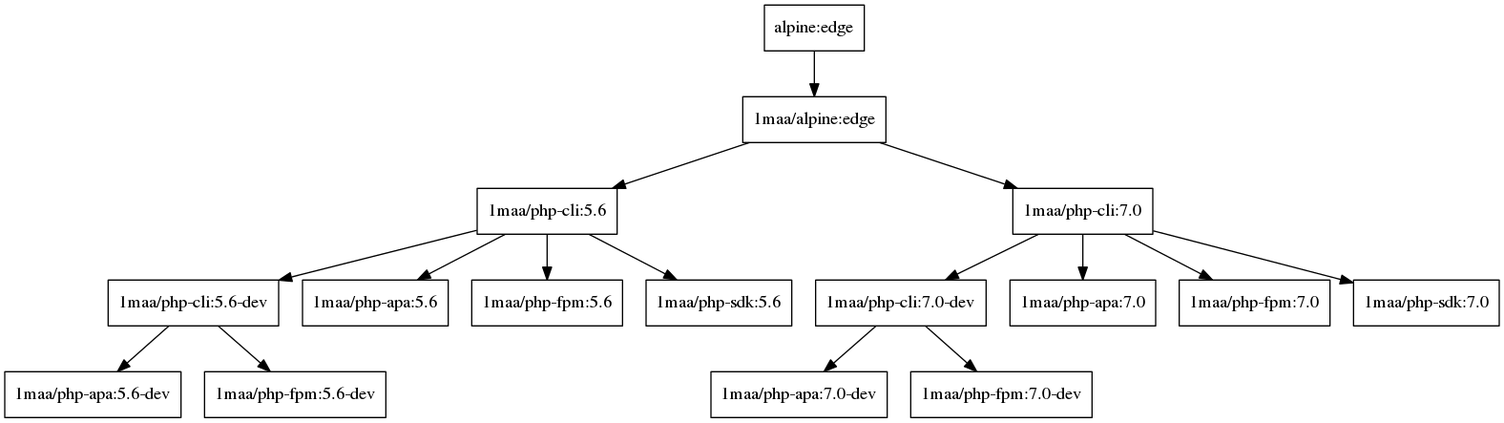
Before: php/map.png, a diagram exported from Graphviz (1ma/dockertronics). Its source is kept beside it as php/map.gv.
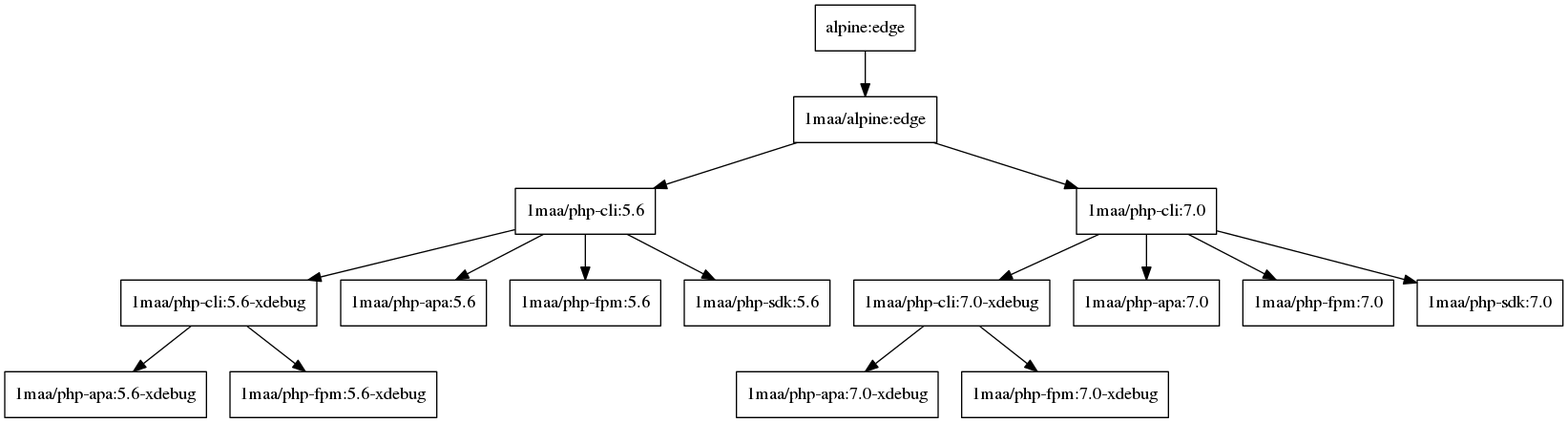
Later version of the same file.

Commit message:
changed 'dev' suffix to 'xdebug', as it is more descriptive

Change to the diagram source:
```diff
@@ -2,8 +2,8 @@
     node [shape="box"];
     "alpine:edge" -> "1maa/alpine:edge";
     "1maa/alpine:edge" -> "1maa/php-cli:5.6", "1maa/php-cli:7.0";
-    "1maa/php-cli:5.6" -> "1maa/php-cli:5.6-dev", "1maa/php-apa:5.6", "1maa/php-fpm:5.6", "1maa/php-sdk:5.6";
-    "1maa/php-cli:7.0" -> "1maa/php-cli:7.0-dev", "1maa/php-apa:7.0", "1maa/php-fpm:7.0", "1maa/php-sdk:7.0";
-    "1maa/php-cli:5.6-dev" -> "1maa/php-apa:5.6-dev", "1maa/php-fpm:5.6-dev";
-    "1maa/php-cli:7.0-dev" -> "1maa/php-apa:7.0-dev", "1maa/php-fpm:7.0-dev";
+    "1maa/php-cli:5.6" -> "1maa/php-cli:5.6-xdebug", "1maa/php-apa:5.6", "1maa/php-fpm:5.6", "1maa/php-sdk:5.6";
+    "1maa/php-cli:7.0" -> "1maa/php-cli:7.0-xdebug", "1maa/php-apa:7.0", "1maa/php-fpm:7.0", "1maa/php-sdk:7.0";
+    "1maa/php-cli:5.6-xdebug" -> "1maa/php-apa:5.6-xdebug", "1maa/php-fpm:5.6-xdebug";
+    "1maa/php-cli:7.0-xdebug" -> "1maa/php-apa:7.0-xdebug", "1maa/php-fpm:7.0-xdebug";
 }
```
